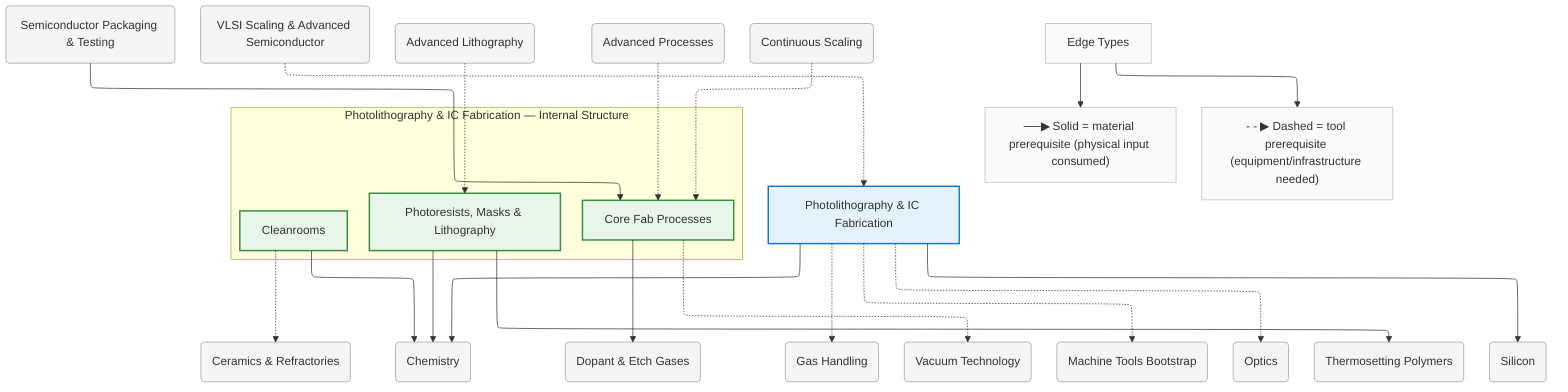
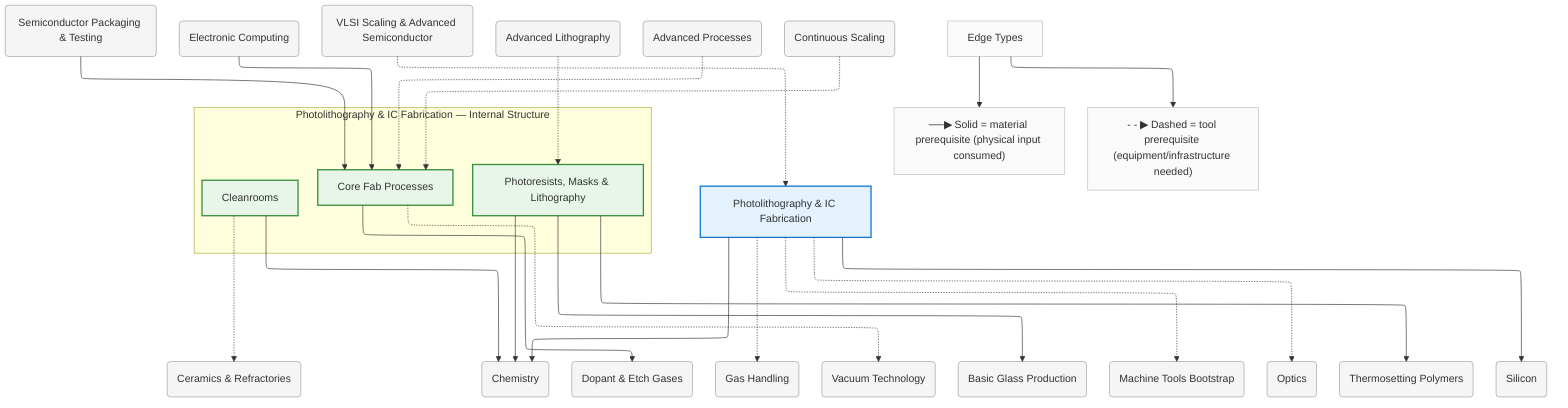
%%{init: {"flowchart": {"defaultRenderer": "elk", "htmlLabels": true}}}%%
graph TD
    %% Domain: Photolithography & IC Fabrication

    %% ==================== INTERNAL NODES ====================
    subgraph photolithography_internal ["Photolithography & IC Fabrication — Internal Structure"]
        direction TB
        photolithography_cleanrooms["Cleanrooms"]
        photolithography_resists-masks["Photoresists, Masks & Lithography"]
        photolithography_fab-processes["Core Fab Processes"]
    end

    %% ==================== DOMAIN NODE ====================
    photolithography["Photolithography & IC Fabrication"]

    %% ==================== EXTERNAL DEPENDENCIES ====================
    ceramics("Ceramics & Refractories")
    chemistry("Chemistry")
    chemistry_dopant-etch-gases("Dopant & Etch Gases")
    chemistry_packaging-testing("Semiconductor Packaging & Testing")
+     computing_electronic("Electronic Computing")
    gas-handling("Gas Handling")
    gas-handling_vacuum("Vacuum Technology")
+     glass_basic("Basic Glass Production")
    machine-tools("Machine Tools Bootstrap")
    optics("Optics")
    polymers_thermosets("Thermosetting Polymers")
    silicon("Silicon")
    vlsi-scaling("VLSI Scaling & Advanced Semiconductor")
    vlsi-scaling_advanced-lithography("Advanced Lithography")
    vlsi-scaling_advanced-processes("Advanced Processes")
    vlsi-scaling_continuous-scaling("Continuous Scaling")

    %% ==================== EDGES ====================
    photolithography -.-> machine-tools
    photolithography --> chemistry
    photolithography -.-> gas-handling
    photolithography -.-> optics
    photolithography --> silicon
    photolithography_cleanrooms --> chemistry
    photolithography_cleanrooms -.-> ceramics
    photolithography_resists-masks --> chemistry
    photolithography_resists-masks --> polymers_thermosets
    photolithography_fab-processes --> chemistry_dopant-etch-gases
    photolithography_fab-processes -.-> gas-handling_vacuum
    vlsi-scaling -.-> photolithography
    vlsi-scaling_continuous-scaling -.-> photolithography_fab-processes
    vlsi-scaling_advanced-lithography -.-> photolithography_resists-masks
    vlsi-scaling_advanced-processes -.-> photolithography_fab-processes
    chemistry_packaging-testing --> photolithography_fab-processes
+     computing_electronic --> photolithography_fab-processes
+     photolithography_resists-masks --> glass_basic

    %% ==================== EDGE TYPE LEGEND ====================
    EdgeLegend["Edge Types"]
    EdgeLegend --> MatNote["──▶ Solid = material prerequisite (physical input consumed)"]
    EdgeLegend --> ToolNote["- - ▶ Dashed = tool prerequisite (equipment/infrastructure needed)"]

    %% ==================== STYLING ====================
    classDef domain fill:#e3f2fd,stroke:#1976d2,stroke-width:2px
    classDef capability fill:#e8f5e9,stroke:#388e3c,stroke-width:2px
    classDef process fill:#fff3e0,stroke:#f57c00,stroke-width:2px
    classDef critical fill:#fff3e0,stroke:#f57c00,stroke-width:3px
    classDef earlyWin fill:#e8f5e9,stroke:#388e3c,stroke-width:3px
    classDef pinnacle fill:#fce4ec,stroke:#c62828,stroke-width:3px
    classDef external fill:#f5f5f5,stroke:#9e9e9e,stroke-width:1px
    classDef legend fill:#fafafa,stroke:#bdbdbd,stroke-width:1px
    class photolithography domain
    class photolithography_cleanrooms capability
    class photolithography_resists-masks capability
    class photolithography_fab-processes capability
    class ceramics external
    class chemistry external
    class chemistry_dopant-etch-gases external
    class chemistry_packaging-testing external
+     class computing_electronic external
    class gas-handling external
    class gas-handling_vacuum external
+     class glass_basic external
    class machine-tools external
    class optics external
    class polymers_thermosets external
    class silicon external
    class vlsi-scaling external
    class vlsi-scaling_advanced-lithography external
    class vlsi-scaling_advanced-processes external
    class vlsi-scaling_continuous-scaling external
    class EdgeLegend,MatNote,ToolNote legend
